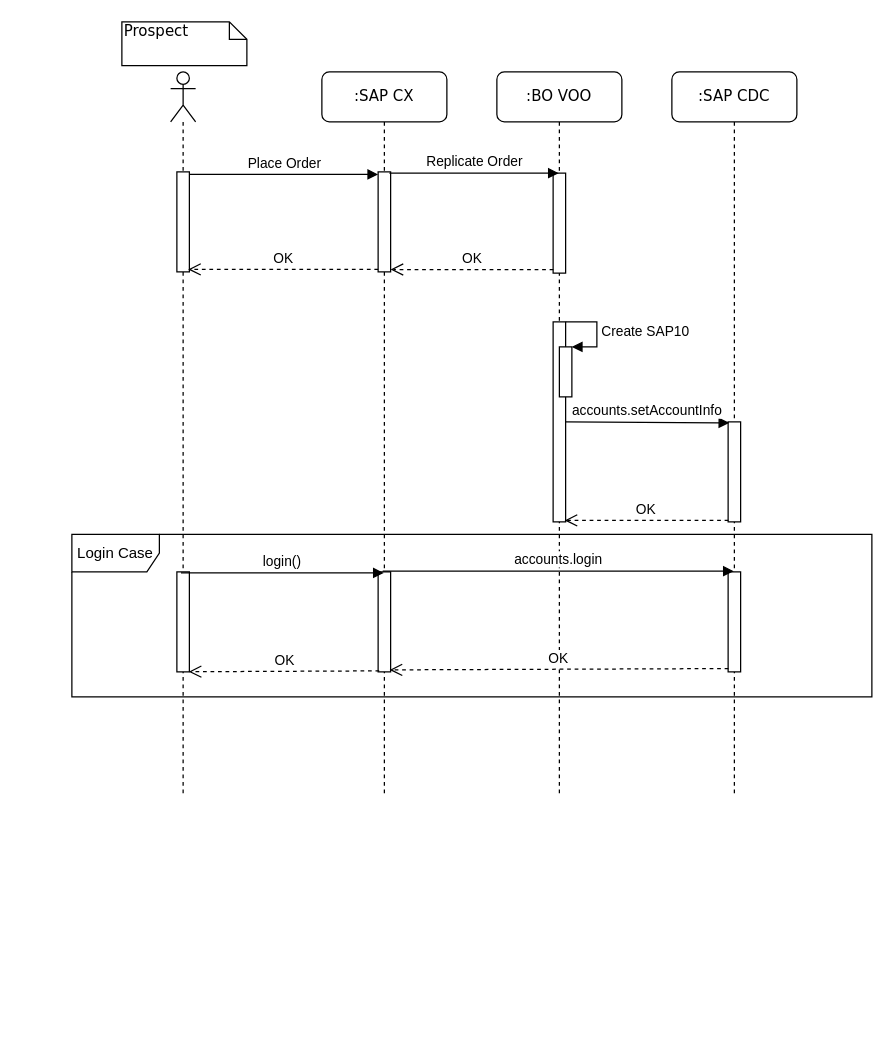
Earlier version of the draw.io diagram page "Page-1" (1 of 2) of Untitled Diagram.drawio (MudBloodArchitekt/draw.io). Source tidied: cells renumbered, new cells numbered last; positions are measured from the earlier drawing's top-left corner, leaving out a move shared by most shapes. Both pictures are drawn from the tidied source at 125%, with x=0, y=0 at pixel (71, 21).
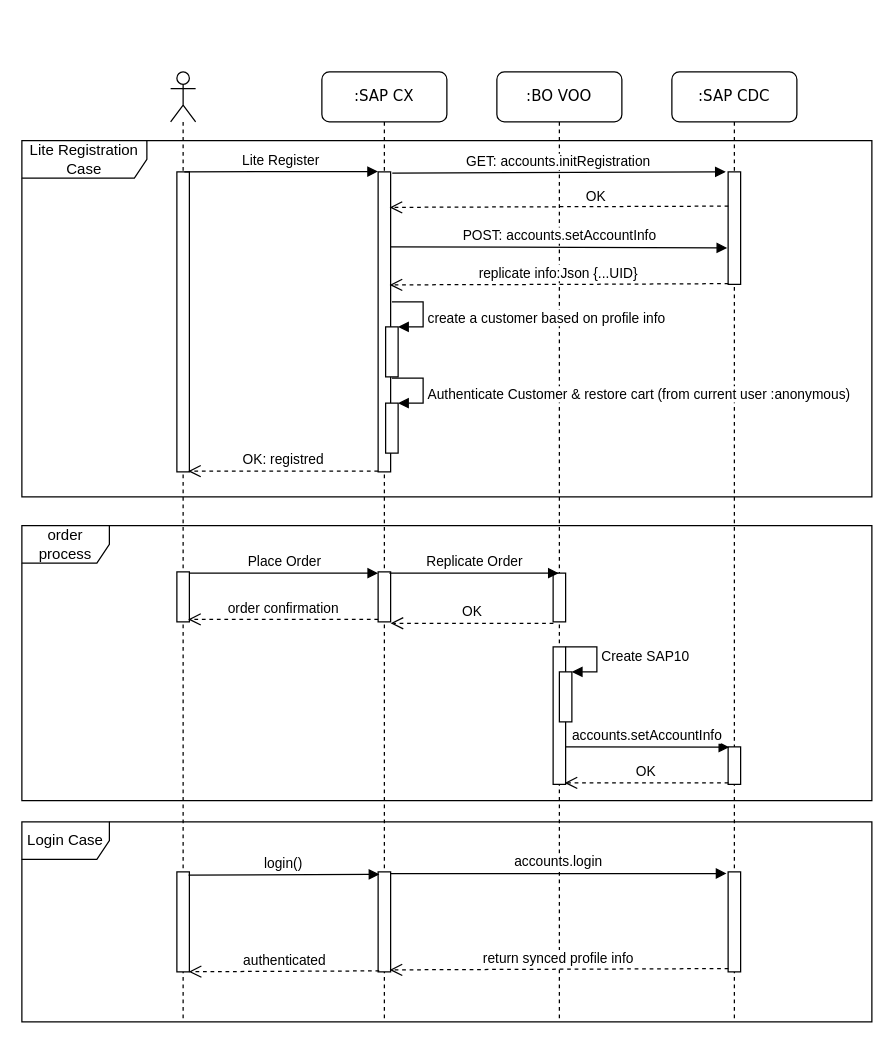
The same page after the edit.

What changed in the source:
```diff
@@
     <mxCell id="2" value=":SAP CX" style="shape=umlLifeline;perimeter=lifelinePerimeter;whiteSpace=wrap;html=1;outlineConnect=0;rounded=1;shadow=0;comic=0;labelBackgroundColor=none;strokeWidth=1;fontFamily=Verdana;fontSize=12;align=center;" parent="1" vertex="1">
-      <mxGeometry x="200" y="40" width="100" height="580" as="geometry" />
+      <mxGeometry x="200" y="40" width="100" height="760" as="geometry" />
     </mxCell>
     <mxCell id="3" style="html=1;points=[];perimeter=orthogonalPerimeter;rounded=0;shadow=0;comic=0;labelBackgroundColor=none;strokeWidth=1;fontFamily=Verdana;fontSize=12;align=center;" parent="2" vertex="1">
-      <mxGeometry x="45" y="80" width="10" height="80" as="geometry" />
+      <mxGeometry x="45" y="400" width="10" height="40" as="geometry" />
     </mxCell>
     <mxCell id="4" style="html=1;points=[];perimeter=orthogonalPerimeter;" parent="2" vertex="1">
-      <mxGeometry x="45" y="400" width="10" height="80" as="geometry" />
+      <mxGeometry x="45" y="640" width="10" height="80" as="geometry" />
     </mxCell>
     <mxCell id="5" value=":BO VOO" style="shape=umlLifeline;perimeter=lifelinePerimeter;whiteSpace=wrap;html=1;rounded=1;shadow=0;comic=0;labelBackgroundColor=none;strokeWidth=1;fontFamily=Verdana;fontSize=12;align=center;" parent="1" vertex="1">
-      <mxGeometry x="340" y="40" width="100" height="580" as="geometry" />
+      <mxGeometry x="340" y="40" width="100" height="760" as="geometry" />
     </mxCell>
     <mxCell id="6" style="html=1;perimeter=orthogonalPerimeter;" parent="5" vertex="1">
-      <mxGeometry x="45" y="81" width="10" height="80" as="geometry" />
+      <mxGeometry x="45" y="401" width="10" height="39" as="geometry" />
     </mxCell>
     <mxCell id="7" style="html=1;perimeter=orthogonalPerimeter;" parent="5" vertex="1">
-      <mxGeometry x="45" y="200" width="10" height="160" as="geometry" />
+      <mxGeometry x="45" y="460" width="10" height="110" as="geometry" />
     </mxCell>
     <mxCell id="8" style="html=1;points=[];perimeter=orthogonalPerimeter;" parent="5" vertex="1">
-      <mxGeometry x="50" y="220" width="10" height="40" as="geometry" />
+      <mxGeometry x="50" y="480" width="10" height="40" as="geometry" />
     </mxCell>
     <mxCell id="9" value="Create SAP10" style="edgeStyle=orthogonalEdgeStyle;html=1;align=left;spacingLeft=2;endArrow=block;rounded=0;entryX=1;entryY=0;" parent="5" edge="1" target="8">
       <mxGeometry relative="1" as="geometry">
-        <mxPoint x="55" y="200" as="sourcePoint" />
+        <mxPoint x="55" y="460" as="sourcePoint" />
         <Array as="points">
-          <mxPoint x="80" y="200" />
+          <mxPoint x="80" y="460" />
         </Array>
       </mxGeometry>
     </mxCell>
     <mxCell id="10" value=":SAP CDC" style="shape=umlLifeline;perimeter=lifelinePerimeter;whiteSpace=wrap;html=1;outlineConnect=0;rounded=1;shadow=0;comic=0;labelBackgroundColor=none;strokeWidth=1;fontFamily=Verdana;fontSize=12;align=center;" parent="1" vertex="1">
-      <mxGeometry x="480" y="40" width="100" height="580" as="geometry" />
+      <mxGeometry x="480" y="40" width="100" height="760" as="geometry" />
     </mxCell>
     <mxCell id="11" style="html=1;points=[];perimeter=orthogonalPerimeter;" parent="10" vertex="1">
-      <mxGeometry x="45" y="280" width="10" height="80" as="geometry" />
+      <mxGeometry x="45" y="540" width="10" height="30" as="geometry" />
     </mxCell>
     <mxCell id="12" style="html=1;points=[];perimeter=orthogonalPerimeter;" parent="10" vertex="1">
-      <mxGeometry x="45" y="400" width="10" height="80" as="geometry" />
+      <mxGeometry x="45" y="640" width="10" height="80" as="geometry" />
     </mxCell>
     <mxCell id="13" style="shape=umlLifeline;participant=umlActor;perimeter=lifelinePerimeter;whiteSpace=wrap;html=1;verticalAlign=top;spacingTop=36;" parent="1" vertex="1">
-      <mxGeometry x="79" y="40" width="20" height="580" as="geometry" />
+      <mxGeometry x="79" y="40" width="20" height="760" as="geometry" />
     </mxCell>
     <mxCell id="14" style="html=1;points=[];perimeter=orthogonalPerimeter;" parent="13" vertex="1">
-      <mxGeometry x="5" y="80" width="10" height="80" as="geometry" />
+      <mxGeometry x="5" y="400" width="10" height="40" as="geometry" />
     </mxCell>
     <mxCell id="15" style="html=1;points=[];perimeter=orthogonalPerimeter;" parent="13" vertex="1">
-      <mxGeometry x="5" y="400" width="10" height="80" as="geometry" />
+      <mxGeometry x="5" y="640" width="10" height="80" as="geometry" />
     </mxCell>
@@
     <mxCell id="17" value="Replicate Order" style="html=1;verticalAlign=bottom;endArrow=block;exitX=0.9;exitY=0.175;exitDx=0;exitDy=0;exitPerimeter=0;" parent="1" edge="1">
       <mxGeometry relative="1" as="geometry">
-        <mxPoint x="254" y="121" as="sourcePoint" />
-        <mxPoint x="389.5" y="121" as="targetPoint" />
+        <mxPoint x="254" y="441" as="sourcePoint" />
+        <mxPoint x="389.5" y="441" as="targetPoint" />
       </mxGeometry>
     </mxCell>
     <mxCell id="18" value="accounts.setAccountInfo" style="html=1;verticalAlign=bottom;endArrow=block;entryX=0.09;entryY=0.01;entryDx=0;entryDy=0;entryPerimeter=0;" parent="1" edge="1" target="11">
       <mxGeometry relative="1" as="geometry">
-        <mxPoint x="395" y="320" as="sourcePoint" />
+        <mxPoint x="395" y="580" as="sourcePoint" />
       </mxGeometry>
     </mxCell>
-    <mxCell id="19" value="login()" style="html=1;verticalAlign=bottom;endArrow=block;exitX=0.328;exitY=0.01;exitDx=0;exitDy=0;exitPerimeter=0;" parent="1" edge="1" source="15" target="2">
-      <mxGeometry relative="1" as="geometry" />
+    <mxCell id="19" value="login()" style="html=1;verticalAlign=bottom;endArrow=block;exitX=0.943;exitY=0.082;exitDx=0;exitDy=0;exitPerimeter=0;entryX=0.1;entryY=0.075;entryDx=0;entryDy=0;entryPerimeter=0;" parent="1" edge="1">
+      <mxGeometry relative="1" as="geometry">
+        <mxPoint x="93.4" y="682.6" as="sourcePoint" />
+        <mxPoint x="246" y="682" as="targetPoint" />
+      </mxGeometry>
     </mxCell>
-    <mxCell id="20" value="accounts.login" style="html=1;verticalAlign=bottom;endArrow=block;exitX=0.366;exitY=-0.007;exitDx=0;exitDy=0;exitPerimeter=0;" parent="1" edge="1" source="4" target="10">
-      <mxGeometry relative="1" as="geometry" />
+    <mxCell id="20" value="accounts.login" style="html=1;verticalAlign=bottom;endArrow=block;exitX=1.014;exitY=0.504;exitDx=0;exitDy=0;exitPerimeter=0;entryX=-0.129;entryY=0.504;entryDx=0;entryDy=0;entryPerimeter=0;" parent="1" edge="1">
+      <mxGeometry relative="1" as="geometry">
+        <mxPoint x="255.1" y="681.3" as="sourcePoint" />
+        <mxPoint x="523.7" y="681.3" as="targetPoint" />
+      </mxGeometry>
     </mxCell>
-    <mxCell id="21" value="OK" style="html=1;verticalAlign=bottom;endArrow=open;dashed=1;endSize=8;entryX=0.917;entryY=0.605;entryDx=0;entryDy=0;entryPerimeter=0;exitX=0.021;exitY=0.967;exitDx=0;exitDy=0;exitPerimeter=0;" parent="1" edge="1" source="12">
+    <mxCell id="21" value="return synced profile info" style="html=1;verticalAlign=bottom;endArrow=open;dashed=1;endSize=8;entryX=0.917;entryY=0.605;entryDx=0;entryDy=0;entryPerimeter=0;exitX=0.021;exitY=0.967;exitDx=0;exitDy=0;exitPerimeter=0;" parent="1" edge="1" source="12">
       <mxGeometry relative="1" as="geometry">
-        <mxPoint x="254.2" y="518.4" as="targetPoint" />
+        <mxPoint x="254.2" y="758.4" as="targetPoint" />
       </mxGeometry>
     </mxCell>
-    <mxCell id="22" value="OK" style="html=1;verticalAlign=bottom;endArrow=open;dashed=1;endSize=8;entryX=0.948;entryY=0.674;entryDx=0;entryDy=0;entryPerimeter=0;exitX=0.09;exitY=0.665;exitDx=0;exitDy=0;exitPerimeter=0;" parent="1" edge="1">
+    <mxCell id="22" value="authenticated" style="html=1;verticalAlign=bottom;endArrow=open;dashed=1;endSize=8;entryX=0.948;entryY=0.674;entryDx=0;entryDy=0;entryPerimeter=0;exitX=0.09;exitY=0.665;exitDx=0;exitDy=0;exitPerimeter=0;" parent="1" edge="1">
       <mxGeometry relative="1" as="geometry">
-        <mxPoint x="245.9" y="519.2" as="sourcePoint" />
-        <mxPoint x="93.5" y="519.9" as="targetPoint" />
+        <mxPoint x="245.9" y="759.2" as="sourcePoint" />
+        <mxPoint x="93.5" y="759.9" as="targetPoint" />
       </mxGeometry>
     </mxCell>
-    <mxCell id="23" value="OK" style="html=1;verticalAlign=bottom;endArrow=open;dashed=1;endSize=8;" parent="1" edge="1">
+    <mxCell id="23" value="order confirmation" style="html=1;verticalAlign=bottom;endArrow=open;dashed=1;endSize=8;" parent="1" edge="1">
       <mxGeometry relative="1" as="geometry">
-        <mxPoint x="245" y="198" as="sourcePoint" />
-        <mxPoint x="93" y="198" as="targetPoint" />
+        <mxPoint x="245" y="478" as="sourcePoint" />
+        <mxPoint x="93" y="478" as="targetPoint" />
       </mxGeometry>
     </mxCell>
     <mxCell id="24" value="OK" style="html=1;verticalAlign=bottom;endArrow=open;dashed=1;endSize=8;exitX=0.021;exitY=0.989;exitDx=0;exitDy=0;exitPerimeter=0;" parent="1" edge="1">
       <mxGeometry relative="1" as="geometry">
-        <mxPoint x="385.2" y="198.1" as="sourcePoint" />
-        <mxPoint x="255" y="198.1" as="targetPoint" />
+        <mxPoint x="385.2" y="481.1" as="sourcePoint" />
+        <mxPoint x="255" y="481.1" as="targetPoint" />
       </mxGeometry>
     </mxCell>
     <mxCell id="25" value="OK" style="html=1;verticalAlign=bottom;endArrow=open;dashed=1;endSize=8;exitX=0.021;exitY=0.76;exitDx=0;exitDy=0;exitPerimeter=0;entryX=0.917;entryY=0.88;entryDx=0;entryDy=0;entryPerimeter=0;" parent="1" edge="1">
       <mxGeometry relative="1" as="geometry">
-        <mxPoint x="525.2" y="398.8" as="sourcePoint" />
-        <mxPoint x="394.2" y="398.8" as="targetPoint" />
+        <mxPoint x="525.2" y="608.8" as="sourcePoint" />
+        <mxPoint x="394.2" y="608.8" as="targetPoint" />
       </mxGeometry>
     </mxCell>
     <mxCell id="26" value="Login Case" style="shape=umlFrame;whiteSpace=wrap;html=1;width=70;height=30;" parent="1" vertex="1">
-      <mxGeometry y="410" width="640" height="130" as="geometry" />
+      <mxGeometry x="-40" y="640" width="680" height="160" as="geometry" />
     </mxCell>
-    <mxCell id="27" value="Prospect" style="shape=note;whiteSpace=wrap;html=1;size=14;verticalAlign=top;align=left;spacingTop=-6;rounded=0;shadow=0;comic=0;labelBackgroundColor=none;strokeColor=#000000;strokeWidth=1;fillColor=#FFFFFF;fontFamily=Verdana;fontSize=12;fontColor=#000000;" parent="1" vertex="1">
-      <mxGeometry x="40" width="100" height="35" as="geometry" />
-    </mxCell>
+    <mxCell id="28" style="html=1;perimeter=orthogonalPerimeter;" parent="1" vertex="1">
+      <mxGeometry x="245" y="120" width="10" height="240" as="geometry" />
+    </mxCell>
+    <mxCell id="29" style="html=1;points=[];perimeter=orthogonalPerimeter;" parent="1" vertex="1">
+      <mxGeometry x="525" y="120" width="10" height="90" as="geometry" />
+    </mxCell>
+    <mxCell id="30" style="html=1;perimeter=orthogonalPerimeter;" parent="1" vertex="1">
+      <mxGeometry x="84" y="120" width="10" height="240" as="geometry" />
+    </mxCell>
+    <mxCell id="31" value="Lite Register" style="html=1;verticalAlign=bottom;endArrow=block;exitX=0.6;exitY=0.083;exitDx=0;exitDy=0;exitPerimeter=0;entryX=-0.014;entryY=0.082;entryDx=0;entryDy=0;entryPerimeter=0;" parent="1" edge="1">
+      <mxGeometry relative="1" as="geometry">
+        <mxPoint x="90" y="119.9" as="sourcePoint" />
+        <mxPoint x="244.9" y="119.7" as="targetPoint" />
+      </mxGeometry>
+    </mxCell>
+    <mxCell id="32" value="&lt;span&gt;GET: accounts.initRegistration&lt;/span&gt;" style="html=1;verticalAlign=bottom;endArrow=block;exitX=1.129;exitY=0.046;exitDx=0;exitDy=0;exitPerimeter=0;entryX=-0.186;entryY=0.111;entryDx=0;entryDy=0;entryPerimeter=0;" parent="1" edge="1">
+      <mxGeometry relative="1" as="geometry">
+        <mxPoint x="256.3" y="121" as="sourcePoint" />
+        <mxPoint x="523.1" y="120" as="targetPoint" />
+      </mxGeometry>
+    </mxCell>
+    <mxCell id="33" value="OK" style="html=1;verticalAlign=bottom;endArrow=open;dashed=1;endSize=8;entryX=0.917;entryY=0.605;entryDx=0;entryDy=0;entryPerimeter=0;exitX=0.021;exitY=0.967;exitDx=0;exitDy=0;exitPerimeter=0;" parent="1" edge="1">
+      <mxGeometry x="-0.22" y="1" relative="1" as="geometry">
+        <mxPoint x="525.2" y="147.4" as="sourcePoint" />
+        <mxPoint x="254.2" y="148.4" as="targetPoint" />
+      </mxGeometry>
+    </mxCell>
+    <mxCell id="34" value="Lite Registration Case" style="shape=umlFrame;whiteSpace=wrap;html=1;width=100;height=30;" parent="1" vertex="1">
+      <mxGeometry x="-40" y="95" width="680" height="285" as="geometry" />
+    </mxCell>
+    <mxCell id="35" value="&lt;span&gt;POST: accounts.setAccountInfo&lt;/span&gt;" style="html=1;verticalAlign=bottom;endArrow=block;exitX=0.366;exitY=-0.007;exitDx=0;exitDy=0;exitPerimeter=0;entryX=-0.071;entryY=0.676;entryDx=0;entryDy=0;entryPerimeter=0;" parent="1" edge="1" target="29">
+      <mxGeometry relative="1" as="geometry">
+        <mxPoint x="255" y="180" as="sourcePoint" />
+      </mxGeometry>
+    </mxCell>
+    <mxCell id="36" value="replicate info:Json {...UID} " style="html=1;verticalAlign=bottom;endArrow=open;dashed=1;endSize=8;entryX=0.917;entryY=0.605;entryDx=0;entryDy=0;entryPerimeter=0;exitX=0.021;exitY=0.967;exitDx=0;exitDy=0;exitPerimeter=0;" parent="1" edge="1">
+      <mxGeometry relative="1" as="geometry">
+        <mxPoint x="525.2" y="209.4" as="sourcePoint" />
+        <mxPoint x="254.2" y="210.4" as="targetPoint" />
+        <Array as="points">
+          <mxPoint x="400" y="210" />
+        </Array>
+      </mxGeometry>
+    </mxCell>
+    <mxCell id="37" style="html=1;points=[];perimeter=orthogonalPerimeter;" parent="1" vertex="1">
+      <mxGeometry x="251" y="305" width="10" height="40" as="geometry" />
+    </mxCell>
+    <mxCell id="38" value="Authenticate Customer &amp;amp; restore cart (from current user :anonymous)" style="edgeStyle=orthogonalEdgeStyle;html=1;align=left;spacingLeft=2;endArrow=block;rounded=0;entryX=1;entryY=0;" parent="1" edge="1" target="37">
+      <mxGeometry x="0.17" relative="1" as="geometry">
+        <mxPoint x="256" y="285" as="sourcePoint" />
+        <Array as="points">
+          <mxPoint x="281" y="285" />
+        </Array>
+      </mxGeometry>
+    </mxCell>
+    <mxCell id="39" style="html=1;points=[];perimeter=orthogonalPerimeter;" parent="1" vertex="1">
+      <mxGeometry x="251" y="244" width="10" height="40" as="geometry" />
+    </mxCell>
+    <mxCell id="40" value="create a customer based on profile info" style="edgeStyle=orthogonalEdgeStyle;html=1;align=left;spacingLeft=2;endArrow=block;rounded=0;entryX=1;entryY=0;" parent="1" edge="1" target="39">
+      <mxGeometry x="0.17" relative="1" as="geometry">
+        <mxPoint x="256" y="224" as="sourcePoint" />
+        <Array as="points">
+          <mxPoint x="281" y="224" />
+          <mxPoint x="281" y="244" />
+        </Array>
+      </mxGeometry>
+    </mxCell>
+    <mxCell id="41" value="OK: registred" style="html=1;verticalAlign=bottom;endArrow=open;dashed=1;endSize=8;" parent="1" edge="1">
+      <mxGeometry relative="1" as="geometry">
+        <mxPoint x="245" y="359.4" as="sourcePoint" />
+        <mxPoint x="93" y="359.4" as="targetPoint" />
+      </mxGeometry>
+    </mxCell>
+    <mxCell id="42" value="order process" style="shape=umlFrame;whiteSpace=wrap;html=1;width=70;height=30;" parent="1" vertex="1">
+      <mxGeometry x="-40" y="403" width="680" height="220" as="geometry" />
+    </mxCell>
```
